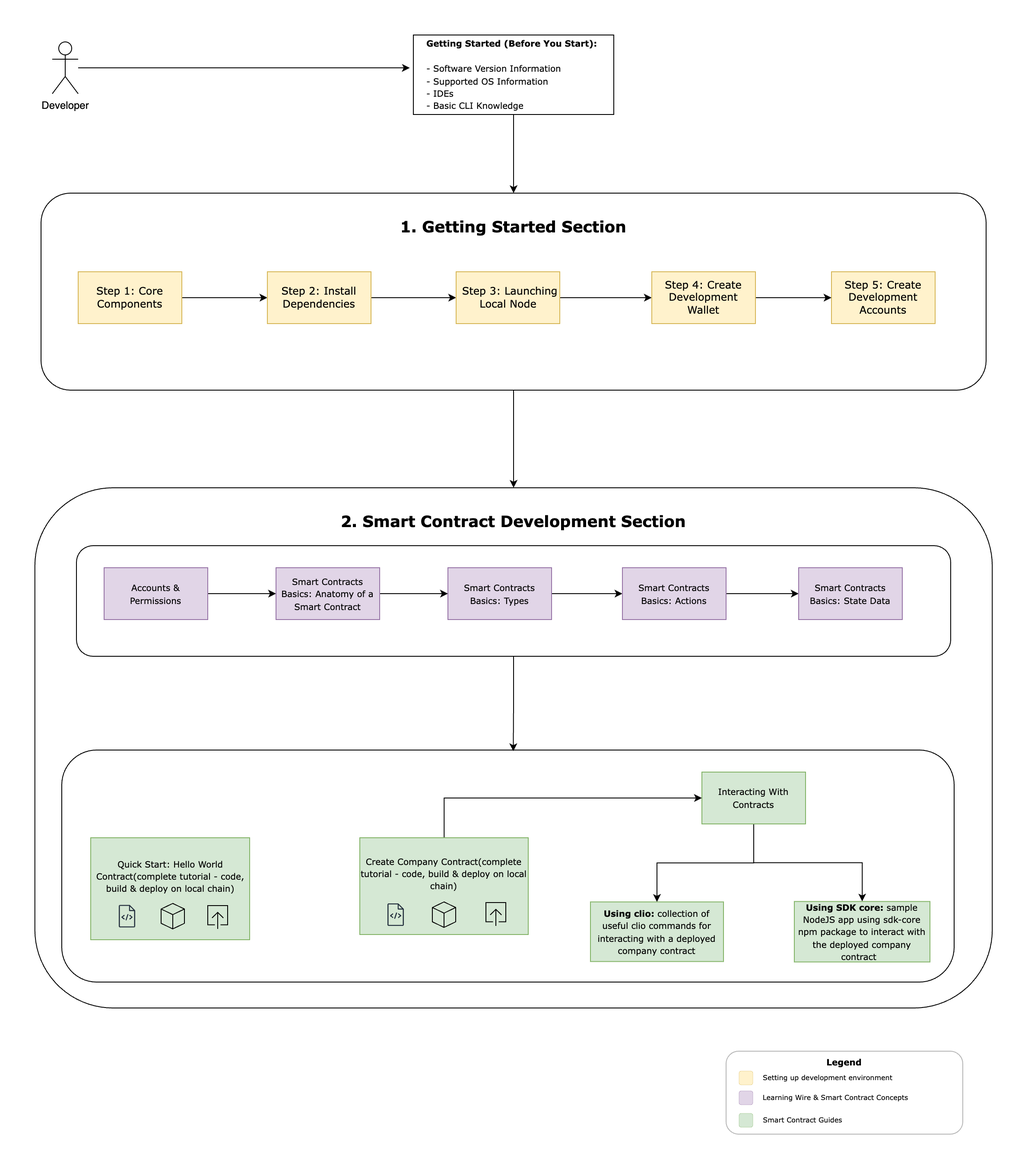
Before: static/img/infographic.png, a diagram exported from draw.io (Wire-Network/wire-docs). Source tidied: cells renumbered, new cells last; positions are measured from the earlier drawing's top-left corner, leaving out a move shared by most shapes.
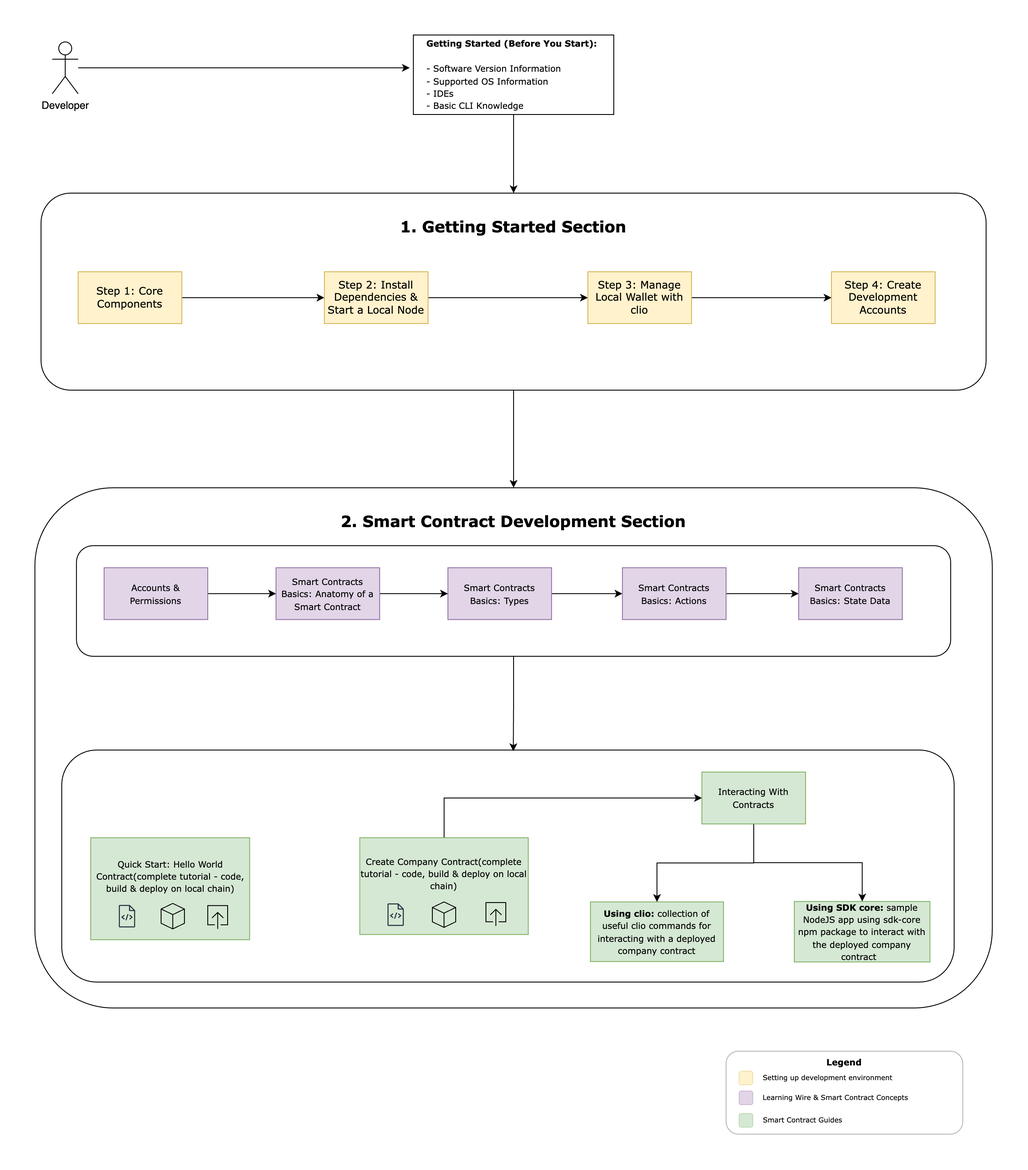
After the commit.

What changed in the source:
```diff
@@ -26,26 +26,20 @@
     <mxCell id="9" value="&lt;font face=&quot;Verdana&quot;&gt;Step 1: Core Components&lt;/font&gt;" style="rounded=0;whiteSpace=wrap;html=1;fillColor=#fff2cc;strokeColor=#d6b656;" parent="1" vertex="1">
       <mxGeometry x="50" y="274" width="120" height="60" as="geometry" />
     </mxCell>
-    <mxCell id="10" style="edgeStyle=orthogonalEdgeStyle;rounded=0;jettySize=auto;html=1;entryX=0;entryY=0.5;entryDx=0;entryDy=0;" parent="1" edge="1" source="11" target="13">
-      <mxGeometry relative="1" as="geometry" />
-    </mxCell>
+    <mxCell id="55" style="edgeStyle=orthogonalEdgeStyle;rounded=0;jettySize=auto;html=1;entryX=0;entryY=0.5;entryDx=0;entryDy=0;" parent="1" edge="1" source="11" target="16">
+      <mxGeometry relative="1" as="geometry" />
+    </mxCell>
-    <mxCell id="11" value="&lt;font face=&quot;Verdana&quot;&gt;Step 2: Install Dependencies&lt;/font&gt;" style="rounded=0;whiteSpace=wrap;html=1;fillColor=#fff2cc;strokeColor=#d6b656;" parent="1" vertex="1">
-      <mxGeometry x="269" y="274" width="120" height="60" as="geometry" />
+    <mxCell id="11" value="&lt;font face=&quot;Verdana&quot;&gt;Step 2: Install Dependencies &amp;amp; Start a Local Node&lt;/font&gt;" style="rounded=0;whiteSpace=wrap;html=1;fillColor=#fff2cc;strokeColor=#d6b656;" parent="1" vertex="1">
+      <mxGeometry x="335" y="274" width="120" height="60" as="geometry" />
     </mxCell>
-    <mxCell id="12" style="edgeStyle=orthogonalEdgeStyle;rounded=0;jettySize=auto;html=1;entryX=0;entryY=0.5;entryDx=0;entryDy=0;" parent="1" edge="1" source="13" target="16">
-      <mxGeometry relative="1" as="geometry" />
-    </mxCell>
-    <mxCell id="13" value="&lt;font face=&quot;Verdana&quot;&gt;&amp;nbsp;Step 3: Launching Local Node&lt;/font&gt;" style="rounded=0;whiteSpace=wrap;html=1;strokeColor=#d6b656;fillColor=#fff2cc;" parent="1" vertex="1">
-      <mxGeometry x="487.5" y="274" width="120" height="60" as="geometry" />
-    </mxCell>
-    <mxCell id="14" value="&lt;font face=&quot;Verdana&quot; style=&quot;font-size: 12px;&quot;&gt;Step 5: Create Development Accounts&lt;/font&gt;" style="rounded=0;whiteSpace=wrap;html=1;fillColor=#fff2cc;strokeColor=#d6b656;" parent="1" vertex="1">
+    <mxCell id="14" value="&lt;font face=&quot;Verdana&quot; style=&quot;font-size: 12px;&quot;&gt;Step 4: Create Development Accounts&lt;/font&gt;" style="rounded=0;whiteSpace=wrap;html=1;fillColor=#fff2cc;strokeColor=#d6b656;" parent="1" vertex="1">
       <mxGeometry x="922" y="274" width="120" height="60" as="geometry" />
     </mxCell>
     <mxCell id="15" style="edgeStyle=orthogonalEdgeStyle;rounded=0;jettySize=auto;html=1;entryX=0;entryY=0.5;entryDx=0;entryDy=0;" parent="1" edge="1" source="16" target="14">
       <mxGeometry relative="1" as="geometry" />
     </mxCell>
-    <mxCell id="16" value="&lt;font face=&quot;Verdana&quot; style=&quot;font-size: 12px;&quot;&gt;Step 4: Create Development Wallet&lt;/font&gt;" style="rounded=0;whiteSpace=wrap;html=1;fillColor=#fff2cc;strokeColor=#d6b656;" parent="1" vertex="1">
-      <mxGeometry x="714" y="274" width="120" height="60" as="geometry" />
+    <mxCell id="16" value="&lt;font face=&quot;Verdana&quot; style=&quot;font-size: 12px;&quot;&gt;Step 3: Manage Local Wallet with clio&lt;/font&gt;" style="rounded=0;whiteSpace=wrap;html=1;fillColor=#fff2cc;strokeColor=#d6b656;" parent="1" vertex="1">
+      <mxGeometry x="640" y="274" width="120" height="60" as="geometry" />
     </mxCell>
     <mxCell id="17" value="&lt;font style=&quot;font-size: 8px;&quot;&gt;Setting up development environment&lt;/font&gt;" style="text;html=1;align=center;verticalAlign=middle;whiteSpace=wrap;rounded=0;fontFamily=Verdana;fontSize=8;" parent="1" vertex="1">
       <mxGeometry x="839" y="1199" width="158" height="16" as="geometry" />
@@ -123,17 +117,17 @@
     <mxCell id="40" value="&lt;font face=&quot;Verdana&quot; style=&quot;font-size: 10px;&quot;&gt;Accounts &amp;amp; Permissions&lt;/font&gt;" style="rounded=0;whiteSpace=wrap;html=1;fillColor=#e1d5e7;strokeColor=#9673a6;" parent="1" vertex="1">
       <mxGeometry x="80" y="616.5" width="120" height="60" as="geometry" />
     </mxCell>
-    <mxCell id="41" style="edgeStyle=orthogonalEdgeStyle;rounded=0;jettySize=auto;html=1;entryX=0;entryY=0.5;entryDx=0;entryDy=0;entryPerimeter=0;" parent="1" edge="1" source="x">
+    <mxCell id="41" style="edgeStyle=orthogonalEdgeStyle;rounded=0;orthogonalLoop=1;jettySize=auto;html=1;entryX=0;entryY=0.5;entryDx=0;entryDy=0;entryPerimeter=0;" parent="1" edge="1">
       <mxGeometry relative="1" as="geometry">
         <mxPoint x="469.5" y="816.2" as="targetPoint" />
       </mxGeometry>
     </mxCell>
-    <mxCell id="42" style="edgeStyle=orthogonalEdgeStyle;rounded=0;jettySize=auto;html=1;entryX=-0.089;entryY=0.427;entryDx=0;entryDy=0;entryPerimeter=0;" parent="1" edge="1" target="x">
+    <mxCell id="42" style="edgeStyle=orthogonalEdgeStyle;rounded=0;orthogonalLoop=1;jettySize=auto;html=1;entryX=-0.089;entryY=0.427;entryDx=0;entryDy=0;entryPerimeter=0;" parent="1" edge="1">
       <mxGeometry relative="1" as="geometry">
         <mxPoint x="496.5" y="816.3" as="sourcePoint" />
       </mxGeometry>
     </mxCell>
-    <mxCell id="43" style="edgeStyle=orthogonalEdgeStyle;rounded=0;jettySize=auto;html=1;entryX=0.016;entryY=0.503;entryDx=0;entryDy=0;entryPerimeter=0;" parent="1" edge="1" target="x">
+    <mxCell id="43" style="edgeStyle=orthogonalEdgeStyle;rounded=0;orthogonalLoop=1;jettySize=auto;html=1;entryX=0.016;entryY=0.503;entryDx=0;entryDy=0;entryPerimeter=0;" parent="1" edge="1">
       <mxGeometry relative="1" as="geometry">
         <mxPoint x="170" y="818.9" as="sourcePoint" />
       </mxGeometry>
```
